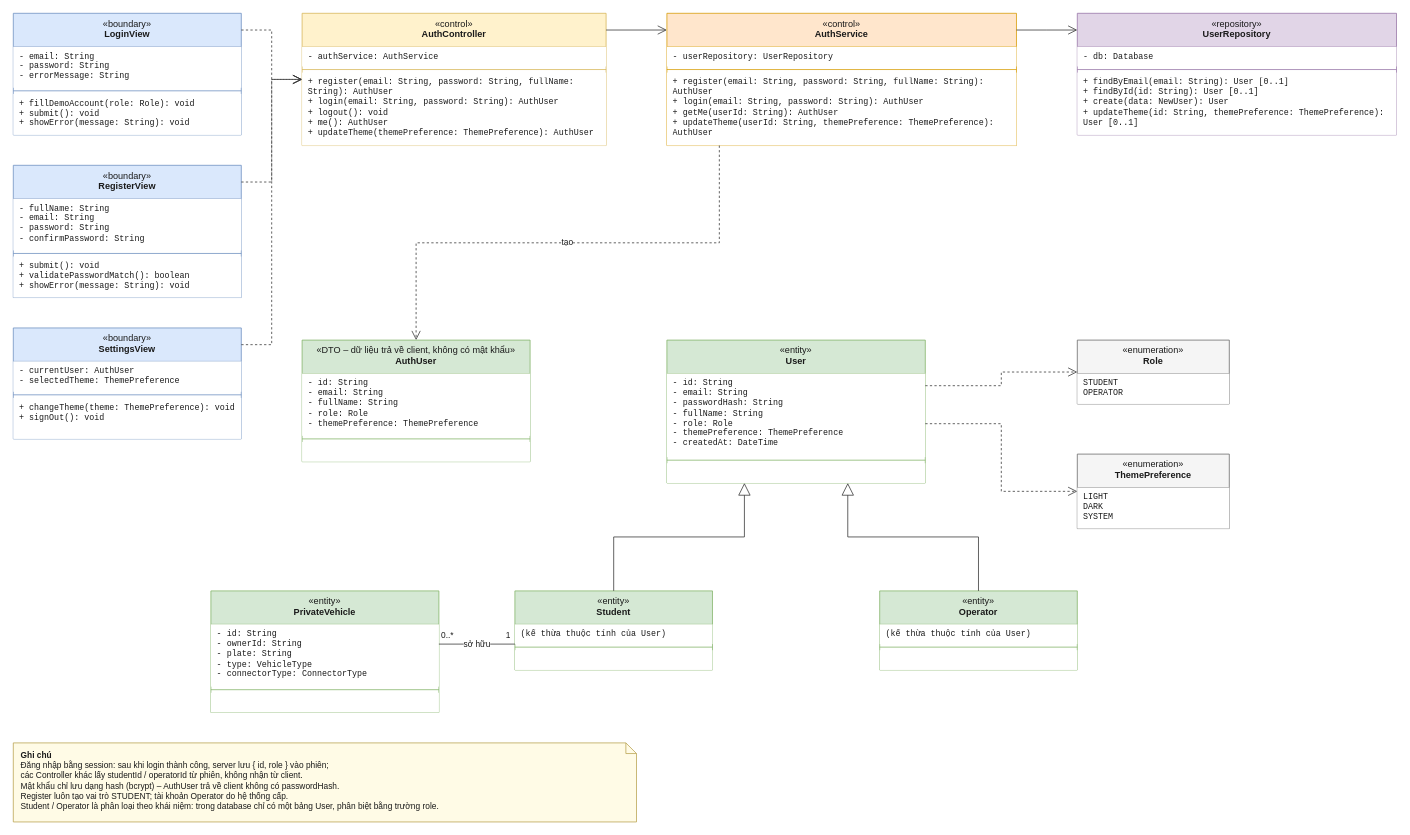
This is page "Tai khoan" (1 of 2) of docs/submission-3/quangnhan/class-tai-khoan-do-xe.drawio from nhanbui304/smart-emobility-hub, a draw.io file, before an edit. Source tidied: cells renumbered, new cells numbered last; positions are measured from the earlier drawing's top-left corner, leaving out a move shared by most shapes. Both pictures are drawn from the tidied source at 76%, with x=0, y=0 at pixel (13, 13).
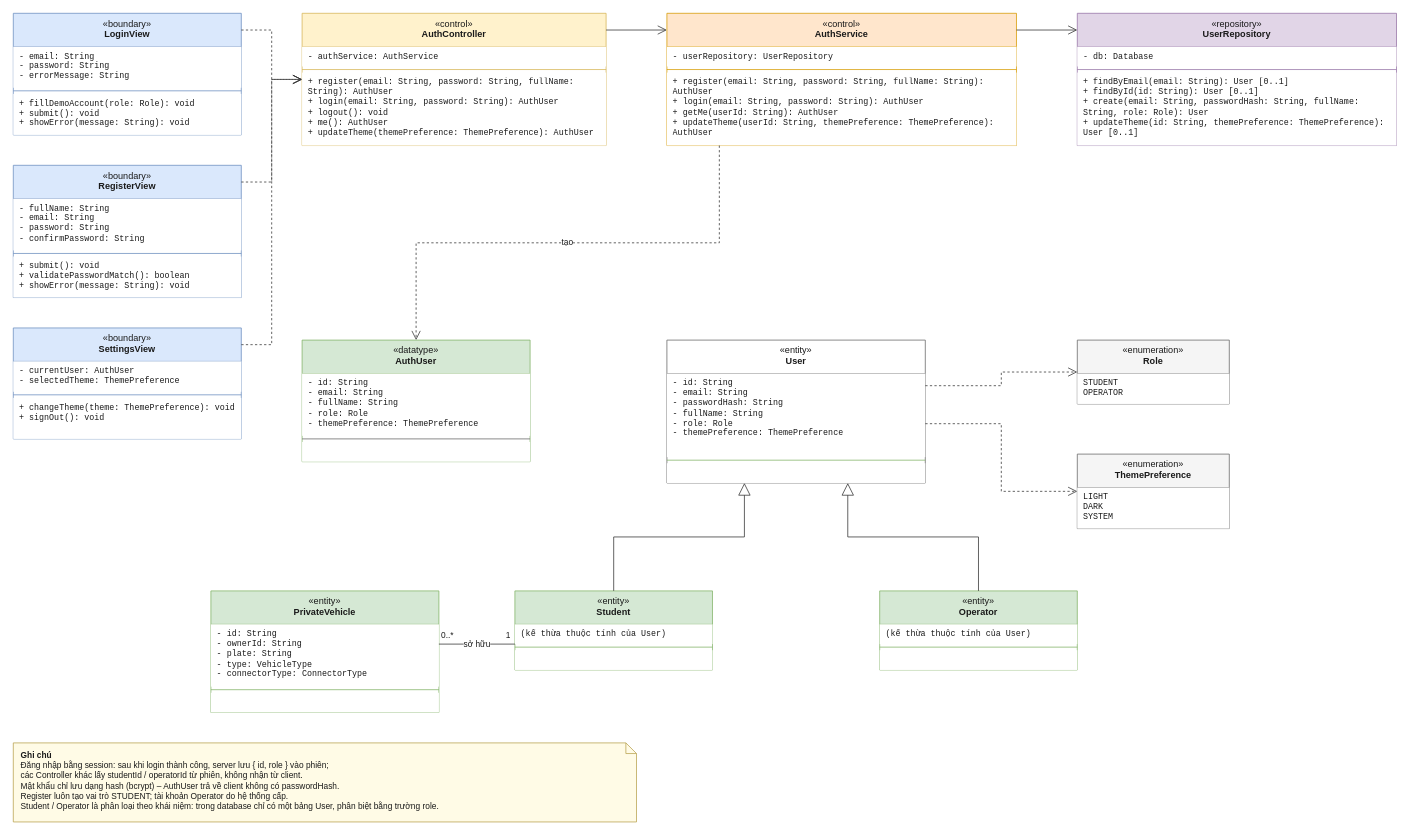
Above is the later version.

Change to the diagram source:
```diff
@@
     <mxCell id="22" value="«repository»&lt;br&gt;&lt;b&gt;UserRepository&lt;/b&gt;" style="swimlane;fontStyle=0;align=center;verticalAlign=top;horizontal=1;startSize=44;html=1;whiteSpace=wrap;fillColor=#e1d5e7;strokeColor=#9673a6;fontSize=12;fontColor=#1a1a1a;" parent="1" vertex="1">
-      <mxGeometry x="1400" width="420" height="160" as="geometry" />
+      <mxGeometry x="1400" width="420" height="174" as="geometry" />
     </mxCell>
@@
-    <mxCell id="25" value="+ findByEmail(email: String): User [0..1]&lt;br&gt;+ findById(id: String): User [0..1]&lt;br&gt;+ create(data: NewUser): User&lt;br&gt;+ updateTheme(id: String, themePreference: ThemePreference): User [0..1]" style="text;strokeColor=none;fillColor=#ffffff;align=left;verticalAlign=top;spacingLeft=6;spacingRight=4;overflow=hidden;html=1;whiteSpace=wrap;fontFamily=Courier New;fontSize=11;fontColor=#1a1a1a;" parent="22" vertex="1">
-      <mxGeometry y="78" width="420" height="82" as="geometry" />
+    <mxCell id="25" value="+ findByEmail(email: String): User [0..1]&lt;br&gt;+ findById(id: String): User [0..1]&lt;br&gt;+ create(email: String, passwordHash: String, fullName: String, role: Role): User&lt;br&gt;+ updateTheme(id: String, themePreference: ThemePreference): User [0..1]" style="text;strokeColor=none;fillColor=#ffffff;align=left;verticalAlign=top;spacingLeft=6;spacingRight=4;overflow=hidden;html=1;whiteSpace=wrap;fontFamily=Courier New;fontSize=11;fontColor=#1a1a1a;" parent="22" vertex="1">
+      <mxGeometry y="78" width="420" height="96" as="geometry" />
     </mxCell>
@@
-    <mxCell id="31" value="«entity»&lt;br&gt;&lt;b&gt;User&lt;/b&gt;" style="swimlane;fontStyle=0;align=center;verticalAlign=top;horizontal=1;startSize=44;html=1;whiteSpace=wrap;fillColor=#d5e8d4;strokeColor=#82b366;fontSize=12;fontColor=#1a1a1a;" parent="1" vertex="1">
+    <mxCell id="31" value="«entity»&lt;br&gt;&lt;b&gt;User&lt;/b&gt;" style="swimlane;fontStyle=0;align=center;verticalAlign=top;horizontal=1;startSize=44;html=1;whiteSpace=wrap;fillColor=#ffffff;strokeColor=#666666;fontSize=12;fontColor=#1a1a1a;" parent="1" vertex="1">
       <mxGeometry x="860" y="430" width="340" height="188" as="geometry" />
     </mxCell>
-    <mxCell id="32" value="- id: String&lt;br&gt;- email: String&lt;br&gt;- passwordHash: String&lt;br&gt;- fullName: String&lt;br&gt;- role: Role&lt;br&gt;- themePreference: ThemePreference&lt;br&gt;- createdAt: DateTime" style="text;strokeColor=none;fillColor=#ffffff;align=left;verticalAlign=top;spacingLeft=6;spacingRight=4;overflow=hidden;html=1;whiteSpace=wrap;fontFamily=Courier New;fontSize=11;fontColor=#1a1a1a;" parent="31" vertex="1">
+    <mxCell id="32" value="- id: String&lt;br&gt;- email: String&lt;br&gt;- passwordHash: String&lt;br&gt;- fullName: String&lt;br&gt;- role: Role&lt;br&gt;- themePreference: ThemePreference" style="text;strokeColor=none;fillColor=#ffffff;align=left;verticalAlign=top;spacingLeft=6;spacingRight=4;overflow=hidden;html=1;whiteSpace=wrap;fontFamily=Courier New;fontSize=11;fontColor=#1a1a1a;" parent="31" vertex="1">
       <mxGeometry y="44" width="340" height="110" as="geometry" />
     </mxCell>
@@
-    <mxCell id="47" value="«DTO – dữ liệu trả về client, không có mật khẩu»&lt;br&gt;&lt;b&gt;AuthUser&lt;/b&gt;" style="swimlane;fontStyle=0;align=center;verticalAlign=top;horizontal=1;startSize=44;html=1;whiteSpace=wrap;fillColor=#d5e8d4;strokeColor=#82b366;fontSize=12;fontColor=#1a1a1a;" parent="1" vertex="1">
+    <mxCell id="47" value="«datatype»&lt;br&gt;&lt;b&gt;AuthUser&lt;/b&gt;" style="swimlane;fontStyle=0;align=center;verticalAlign=top;horizontal=1;startSize=44;html=1;whiteSpace=wrap;fillColor=#d5e8d4;strokeColor=#82b366;fontSize=12;fontColor=#1a1a1a;" parent="1" vertex="1">
       <mxGeometry x="380" y="430" width="300" height="160" as="geometry" />
     </mxCell>
@@
-    <mxCell id="49" style="line;strokeWidth=1;fillColor=none;labelPosition=right;strokeColor=#82b366;" parent="47" vertex="1">
+    <mxCell id="49" style="line;strokeWidth=1;fillColor=none;labelPosition=right;strokeColor=#666666;" parent="47" vertex="1">
       <mxGeometry y="126" width="300" height="8" as="geometry" />
     </mxCell>
```
